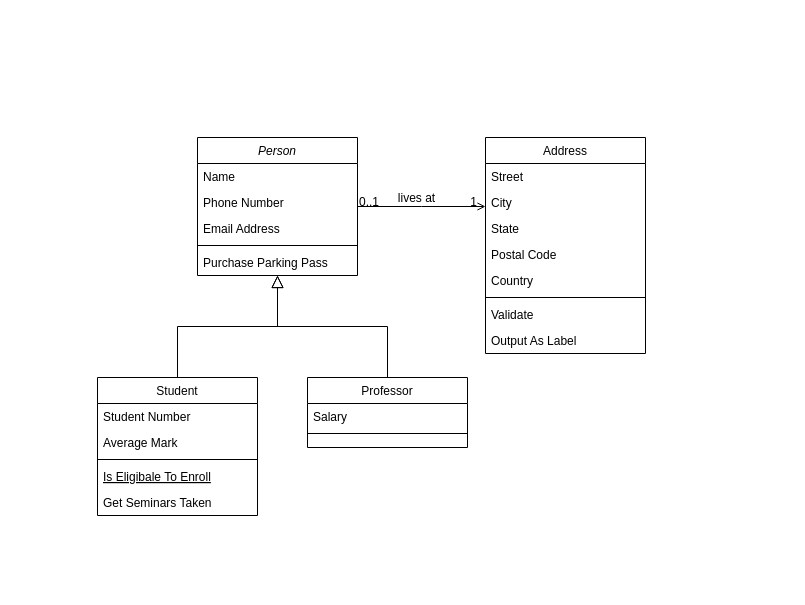
Above: Untitled Diagram.drawio in Grupp-4-Quizkampen/Quizkampen (draw.io), before the change. Source tidied: cells renumbered, new cells numbered last; positions are measured from the earlier drawing's top-left corner, leaving out a move shared by most shapes. Both pictures are drawn from the tidied source at 100%, with x=0, y=0 at pixel (97, 137).
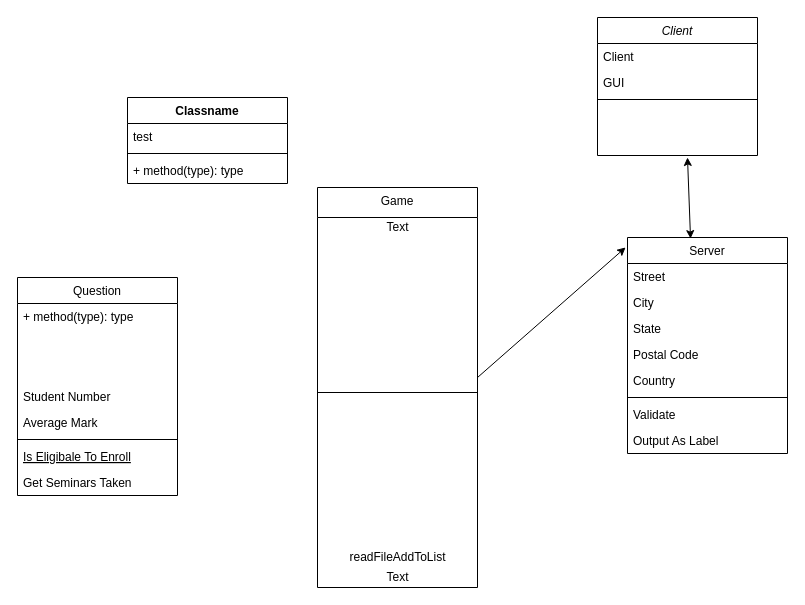
After the change.

What changed in the source:
```diff
@@
-    <mxCell id="2" value="Person" style="swimlane;fontStyle=2;align=center;verticalAlign=top;horizontal=1;startSize=26;rounded=0;shadow=0;strokeWidth=1;" parent="1" vertex="1">
-      <mxGeometry x="100" width="160" height="138" as="geometry" />
+    <mxCell id="2" value="Client&#10;" style="swimlane;fontStyle=2;align=center;verticalAlign=top;horizontal=1;startSize=26;rounded=0;shadow=0;strokeWidth=1;" parent="1" vertex="1">
+      <mxGeometry x="500" y="-120" width="160" height="138" as="geometry" />
     </mxCell>
-    <mxCell id="3" value="Name" style="text;align=left;verticalAlign=top;spacingLeft=4;spacingRight=4;overflow=hidden;" parent="2" vertex="1">
+    <mxCell id="3" value="Client" style="text;align=left;verticalAlign=top;spacingLeft=4;spacingRight=4;overflow=hidden;" parent="2" vertex="1">
       <mxGeometry y="26" width="160" height="26" as="geometry" />
     </mxCell>
-    <mxCell id="4" value="Phone Number" style="text;align=left;verticalAlign=top;spacingLeft=4;spacingRight=4;overflow=hidden;rounded=0;shadow=0;html=0;" parent="2" vertex="1">
+    <mxCell id="4" value="GUI" style="text;align=left;verticalAlign=top;spacingLeft=4;spacingRight=4;overflow=hidden;rounded=0;shadow=0;html=0;" parent="2" vertex="1">
       <mxGeometry y="52" width="160" height="26" as="geometry" />
     </mxCell>
-    <mxCell id="5" value="Email Address" style="text;align=left;verticalAlign=top;spacingLeft=4;spacingRight=4;overflow=hidden;rounded=0;shadow=0;html=0;" parent="2" vertex="1">
-      <mxGeometry y="78" width="160" height="26" as="geometry" />
-    </mxCell>
     <mxCell id="6" style="line;html=1;strokeWidth=1;align=left;verticalAlign=middle;spacingTop=-1;spacingLeft=3;spacingRight=3;labelPosition=right;" parent="2" vertex="1">
-      <mxGeometry y="104" width="160" height="8" as="geometry" />
+      <mxGeometry y="78" width="160" height="8" as="geometry" />
     </mxCell>
-    <mxCell id="7" value="Purchase Parking Pass" style="text;align=left;verticalAlign=top;spacingLeft=4;spacingRight=4;overflow=hidden;" parent="2" vertex="1">
-      <mxGeometry y="112" width="160" height="26" as="geometry" />
-    </mxCell>
-    <mxCell id="8" value="Student" style="swimlane;fontStyle=0;align=center;verticalAlign=top;horizontal=1;startSize=26;rounded=0;shadow=0;strokeWidth=1;" parent="1" vertex="1">
-      <mxGeometry y="240" width="160" height="138" as="geometry" />
+    <mxCell id="8" value="Question&#10;" style="swimlane;fontStyle=0;align=center;verticalAlign=top;horizontal=1;startSize=26;rounded=0;shadow=0;strokeWidth=1;" parent="1" vertex="1">
+      <mxGeometry x="-80" y="140" width="160" height="218" as="geometry" />
     </mxCell>
+    <mxCell id="32" value="+ method(type): type" style="text;strokeColor=none;fillColor=none;align=left;verticalAlign=top;spacingLeft=4;spacingRight=4;overflow=hidden;" parent="8" vertex="1">
+      <mxGeometry y="26" width="160" height="80" as="geometry" />
+    </mxCell>
     <mxCell id="9" value="Student Number" style="text;align=left;verticalAlign=top;spacingLeft=4;spacingRight=4;overflow=hidden;" parent="8" vertex="1">
-      <mxGeometry y="26" width="160" height="26" as="geometry" />
+      <mxGeometry y="106" width="160" height="26" as="geometry" />
     </mxCell>
     <mxCell id="10" value="Average Mark" style="text;align=left;verticalAlign=top;spacingLeft=4;spacingRight=4;overflow=hidden;rounded=0;shadow=0;html=0;" parent="8" vertex="1">
-      <mxGeometry y="52" width="160" height="26" as="geometry" />
+      <mxGeometry y="132" width="160" height="26" as="geometry" />
     </mxCell>
     <mxCell id="11" style="line;html=1;strokeWidth=1;align=left;verticalAlign=middle;spacingTop=-1;spacingLeft=3;spacingRight=3;labelPosition=right;" parent="8" vertex="1">
-      <mxGeometry y="78" width="160" height="8" as="geometry" />
+      <mxGeometry y="158" width="160" height="8" as="geometry" />
     </mxCell>
     <mxCell id="12" value="Is Eligibale To Enroll" style="text;align=left;verticalAlign=top;spacingLeft=4;spacingRight=4;overflow=hidden;fontStyle=4;" parent="8" vertex="1">
-      <mxGeometry y="86" width="160" height="26" as="geometry" />
+      <mxGeometry y="166" width="160" height="26" as="geometry" />
     </mxCell>
     <mxCell id="13" value="Get Seminars Taken" style="text;align=left;verticalAlign=top;spacingLeft=4;spacingRight=4;overflow=hidden;" parent="8" vertex="1">
-      <mxGeometry y="112" width="160" height="26" as="geometry" />
+      <mxGeometry y="192" width="160" height="26" as="geometry" />
     </mxCell>
-    <mxCell id="14" style="endArrow=block;endSize=10;endFill=0;shadow=0;strokeWidth=1;rounded=0;edgeStyle=elbowEdgeStyle;elbow=vertical;" parent="1" edge="1" source="8" target="2">
-      <mxGeometry relative="1" as="geometry" />
-    </mxCell>
-    <mxCell id="15" value="Professor" style="swimlane;fontStyle=0;align=center;verticalAlign=top;horizontal=1;startSize=26;rounded=0;shadow=0;strokeWidth=1;" parent="1" vertex="1">
-      <mxGeometry x="210" y="240" width="160" height="70" as="geometry" />
+    <mxCell id="15" value="Game&#10;" style="swimlane;fontStyle=0;align=center;verticalAlign=top;horizontal=1;startSize=30;rounded=0;shadow=0;strokeWidth=1;" parent="1" vertex="1">
+      <mxGeometry x="220" y="50" width="160" height="400" as="geometry" />
     </mxCell>
-    <mxCell id="16" value="Salary" style="text;align=left;verticalAlign=top;spacingLeft=4;spacingRight=4;overflow=hidden;" parent="15" vertex="1">
-      <mxGeometry y="26" width="160" height="26" as="geometry" />
-    </mxCell>
+    <mxCell id="33" value="Text" style="text;html=1;align=center;verticalAlign=middle;" parent="15" vertex="1">
+      <mxGeometry y="30" width="160" height="20" as="geometry" />
+    </mxCell>
     <mxCell id="17" style="line;html=1;strokeWidth=1;align=left;verticalAlign=middle;spacingTop=-1;spacingLeft=3;spacingRight=3;labelPosition=right;" parent="15" vertex="1">
-      <mxGeometry y="52" width="160" height="8" as="geometry" />
+      <mxGeometry y="50" width="160" height="310" as="geometry" />
     </mxCell>
-    <mxCell id="18" style="endArrow=block;endSize=10;endFill=0;shadow=0;strokeWidth=1;rounded=0;edgeStyle=elbowEdgeStyle;elbow=vertical;" parent="1" edge="1" source="15" target="2">
-      <mxGeometry relative="1" as="geometry" />
-    </mxCell>
+    <mxCell id="34" value="readFileAddToList" style="text;html=1;align=center;verticalAlign=middle;" parent="15" vertex="1">
+      <mxGeometry y="360" width="160" height="20" as="geometry" />
+    </mxCell>
+    <mxCell id="35" value="Text" style="text;html=1;align=center;verticalAlign=middle;" parent="15" vertex="1">
+      <mxGeometry y="380" width="160" height="20" as="geometry" />
+    </mxCell>
-    <mxCell id="19" value="Address" style="swimlane;fontStyle=0;align=center;verticalAlign=top;horizontal=1;startSize=26;rounded=0;shadow=0;strokeWidth=1;" parent="1" vertex="1">
-      <mxGeometry x="388" width="160" height="216" as="geometry" />
+    <mxCell id="19" value="Server&#10;" style="swimlane;fontStyle=0;align=center;verticalAlign=top;horizontal=1;startSize=26;rounded=0;shadow=0;strokeWidth=1;" parent="1" vertex="1">
+      <mxGeometry x="530" y="100" width="160" height="216" as="geometry" />
     </mxCell>
@@
-    <mxCell id="28" style="endArrow=open;shadow=0;strokeWidth=1;rounded=0;endFill=1;edgeStyle=elbowEdgeStyle;elbow=vertical;" parent="1" edge="1" source="2" target="19">
-      <mxGeometry x="0.5" y="41" relative="1" as="geometry">
-        <mxPoint x="-40" y="32" as="offset" />
-      </mxGeometry>
-    </mxCell>
-    <mxCell id="29" value="0..1" style="align=left;verticalAlign=bottom;labelBackgroundColor=none;fontSize=12;" parent="28" vertex="1">
-      <mxGeometry x="-1" relative="1" as="geometry">
-        <mxPoint y="4" as="offset" />
-      </mxGeometry>
-    </mxCell>
-    <mxCell id="30" value="1" style="align=right;verticalAlign=bottom;labelBackgroundColor=none;fontSize=12;" parent="28" vertex="1">
-      <mxGeometry x="1" relative="1" as="geometry">
-        <mxPoint x="-7" y="4" as="offset" />
-      </mxGeometry>
-    </mxCell>
-    <mxCell id="31" value="lives at" style="text;html=1;align=center;verticalAlign=middle;labelBackgroundColor=none;rounded=0;shadow=0;strokeWidth=1;fontSize=12;" parent="28" vertex="1">
-      <mxGeometry x="0.5" y="49" relative="1" as="geometry">
-        <mxPoint x="-38" y="40" as="offset" />
-      </mxGeometry>
-    </mxCell>
+    <mxCell id="36" style="endArrow=classic;startArrow=classic;html=1;exitX=0.394;exitY=0.005;exitDx=0;exitDy=0;exitPerimeter=0;" parent="1" edge="1" source="19">
+      <mxGeometry relative="1" as="geometry">
+        <mxPoint x="590" y="20" as="targetPoint" />
+      </mxGeometry>
+    </mxCell>
+    <mxCell id="37" style="endArrow=classic;html=1;entryX=-0.012;entryY=0.046;entryDx=0;entryDy=0;entryPerimeter=0;" parent="1" edge="1" target="19">
+      <mxGeometry relative="1" as="geometry">
+        <mxPoint x="380" y="240" as="sourcePoint" />
+      </mxGeometry>
+    </mxCell>
+    <mxCell id="38" value="Classname" style="swimlane;fontStyle=1;align=center;verticalAlign=top;horizontal=1;startSize=26;" parent="1" vertex="1">
+      <mxGeometry x="30" y="-40" width="160" height="86" as="geometry" />
+    </mxCell>
+    <mxCell id="39" value="test&#10;" style="text;strokeColor=none;fillColor=none;align=left;verticalAlign=top;spacingLeft=4;spacingRight=4;overflow=hidden;" parent="38" vertex="1">
+      <mxGeometry y="26" width="160" height="26" as="geometry" />
+    </mxCell>
+    <mxCell id="40" style="line;strokeWidth=1;fillColor=none;align=left;verticalAlign=middle;spacingTop=-1;spacingLeft=3;spacingRight=3;labelPosition=right;" parent="38" vertex="1">
+      <mxGeometry y="52" width="160" height="8" as="geometry" />
+    </mxCell>
+    <mxCell id="41" value="+ method(type): type" style="text;strokeColor=none;fillColor=none;align=left;verticalAlign=top;spacingLeft=4;spacingRight=4;overflow=hidden;" parent="38" vertex="1">
+      <mxGeometry y="60" width="160" height="26" as="geometry" />
+    </mxCell>
```
